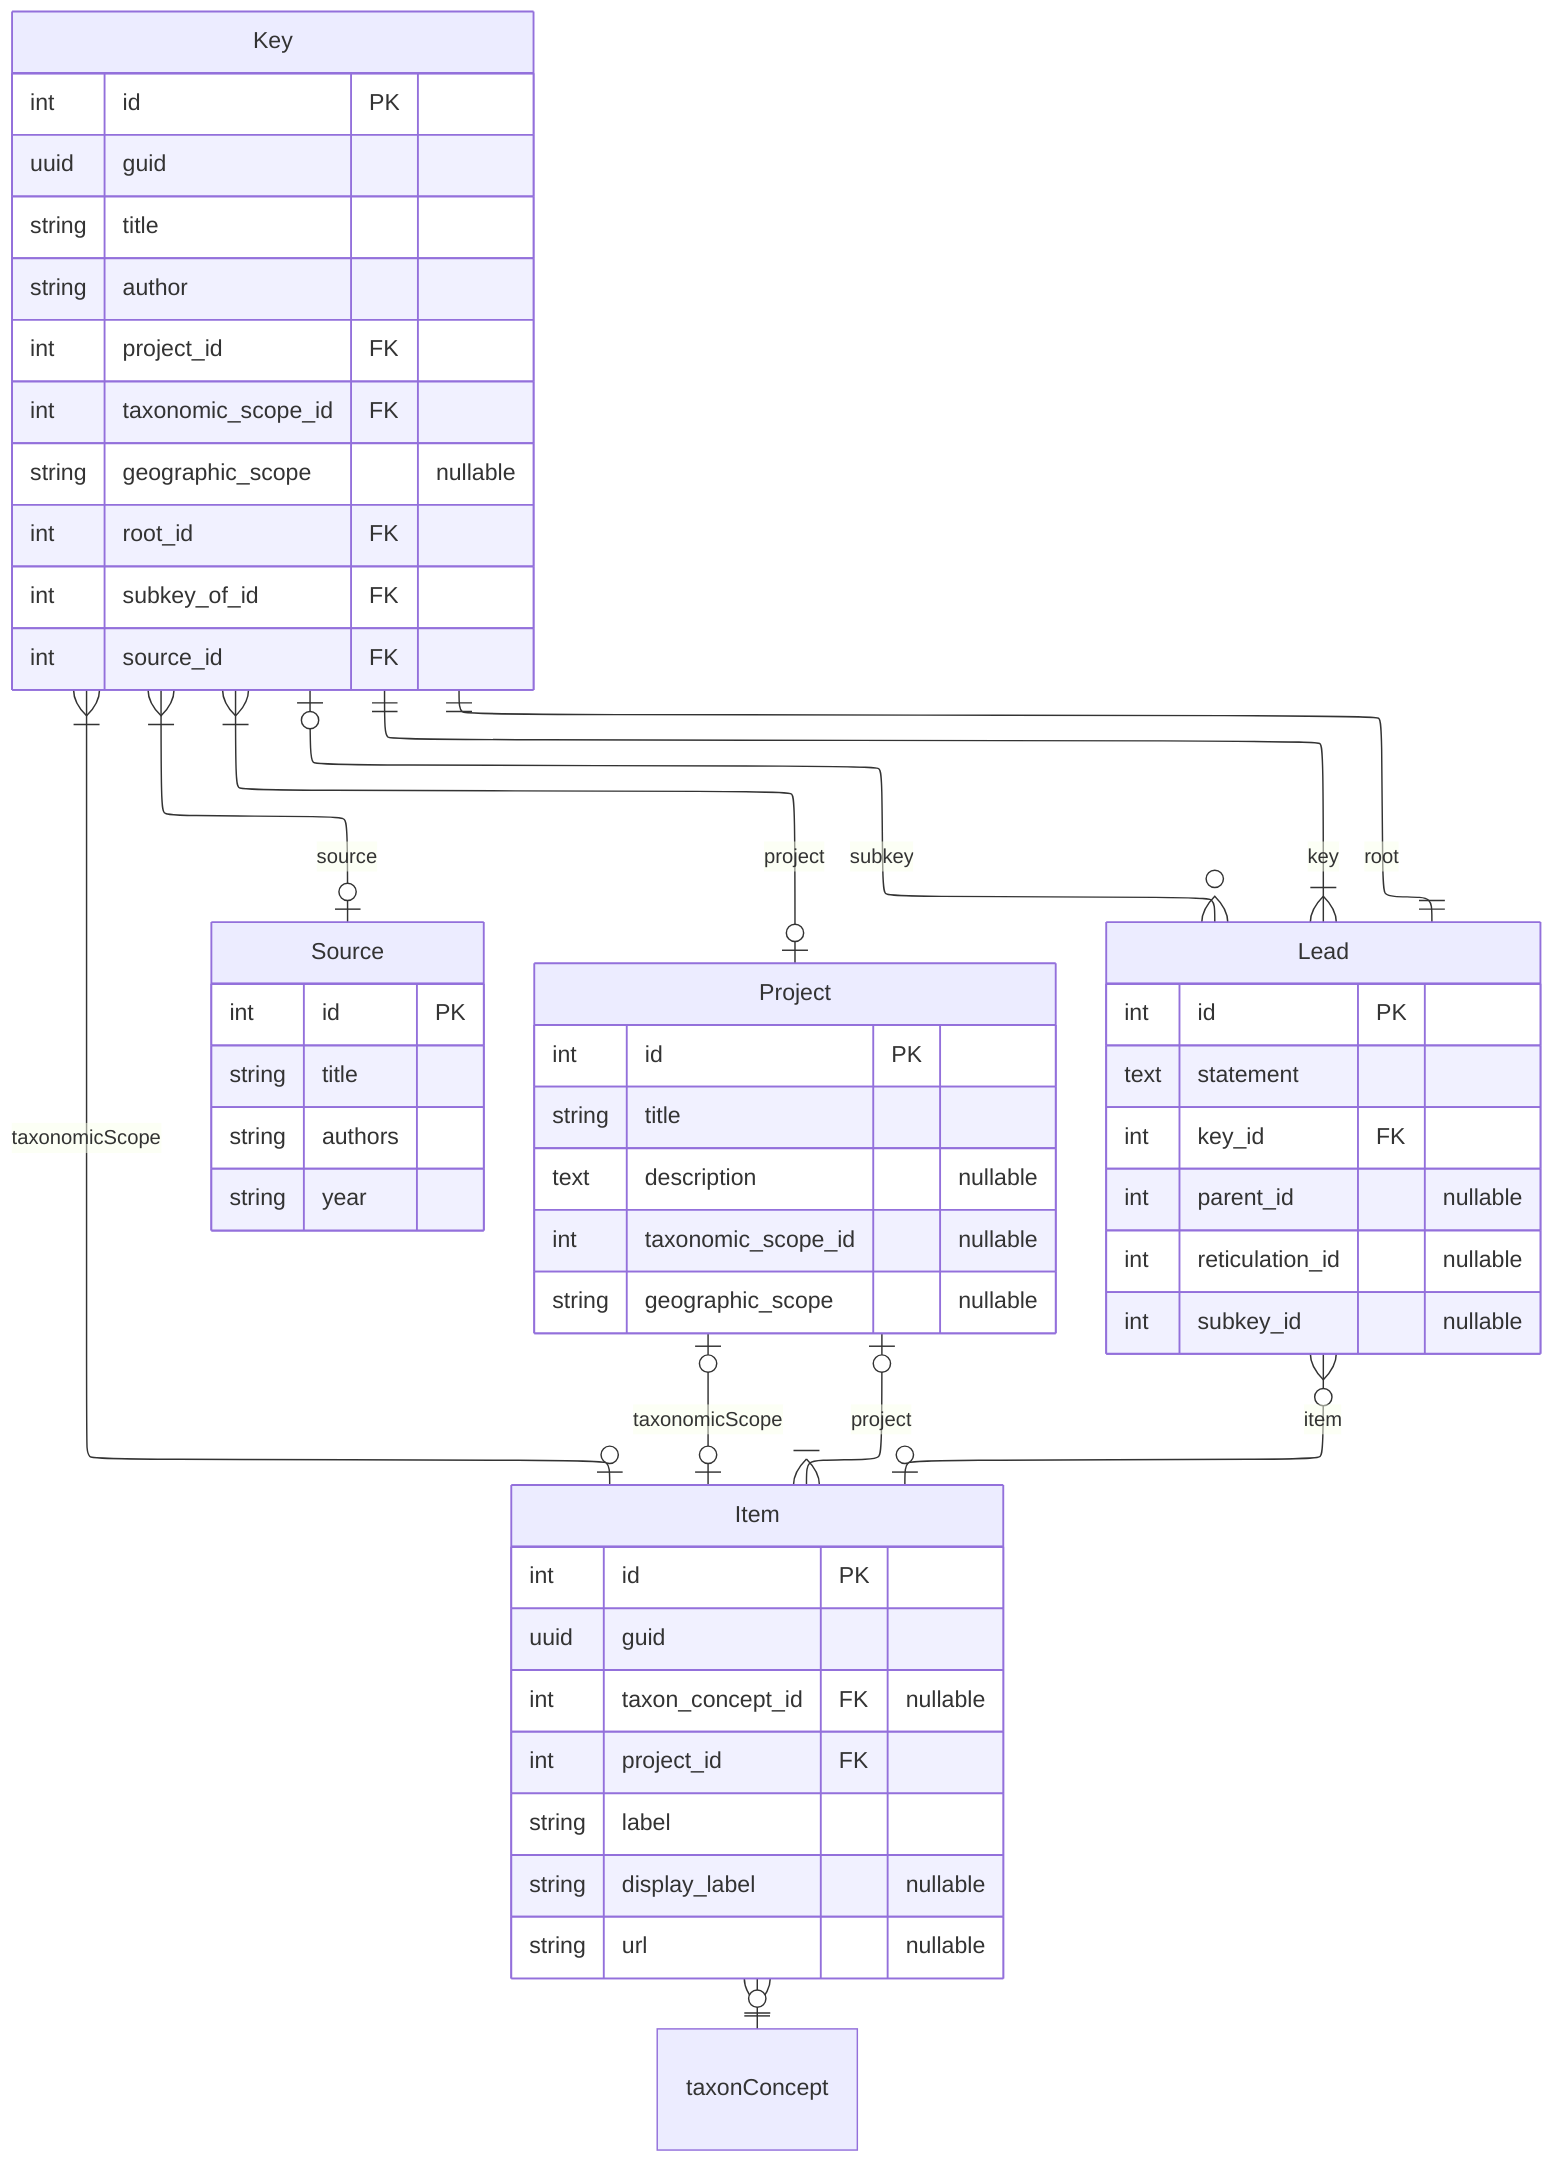
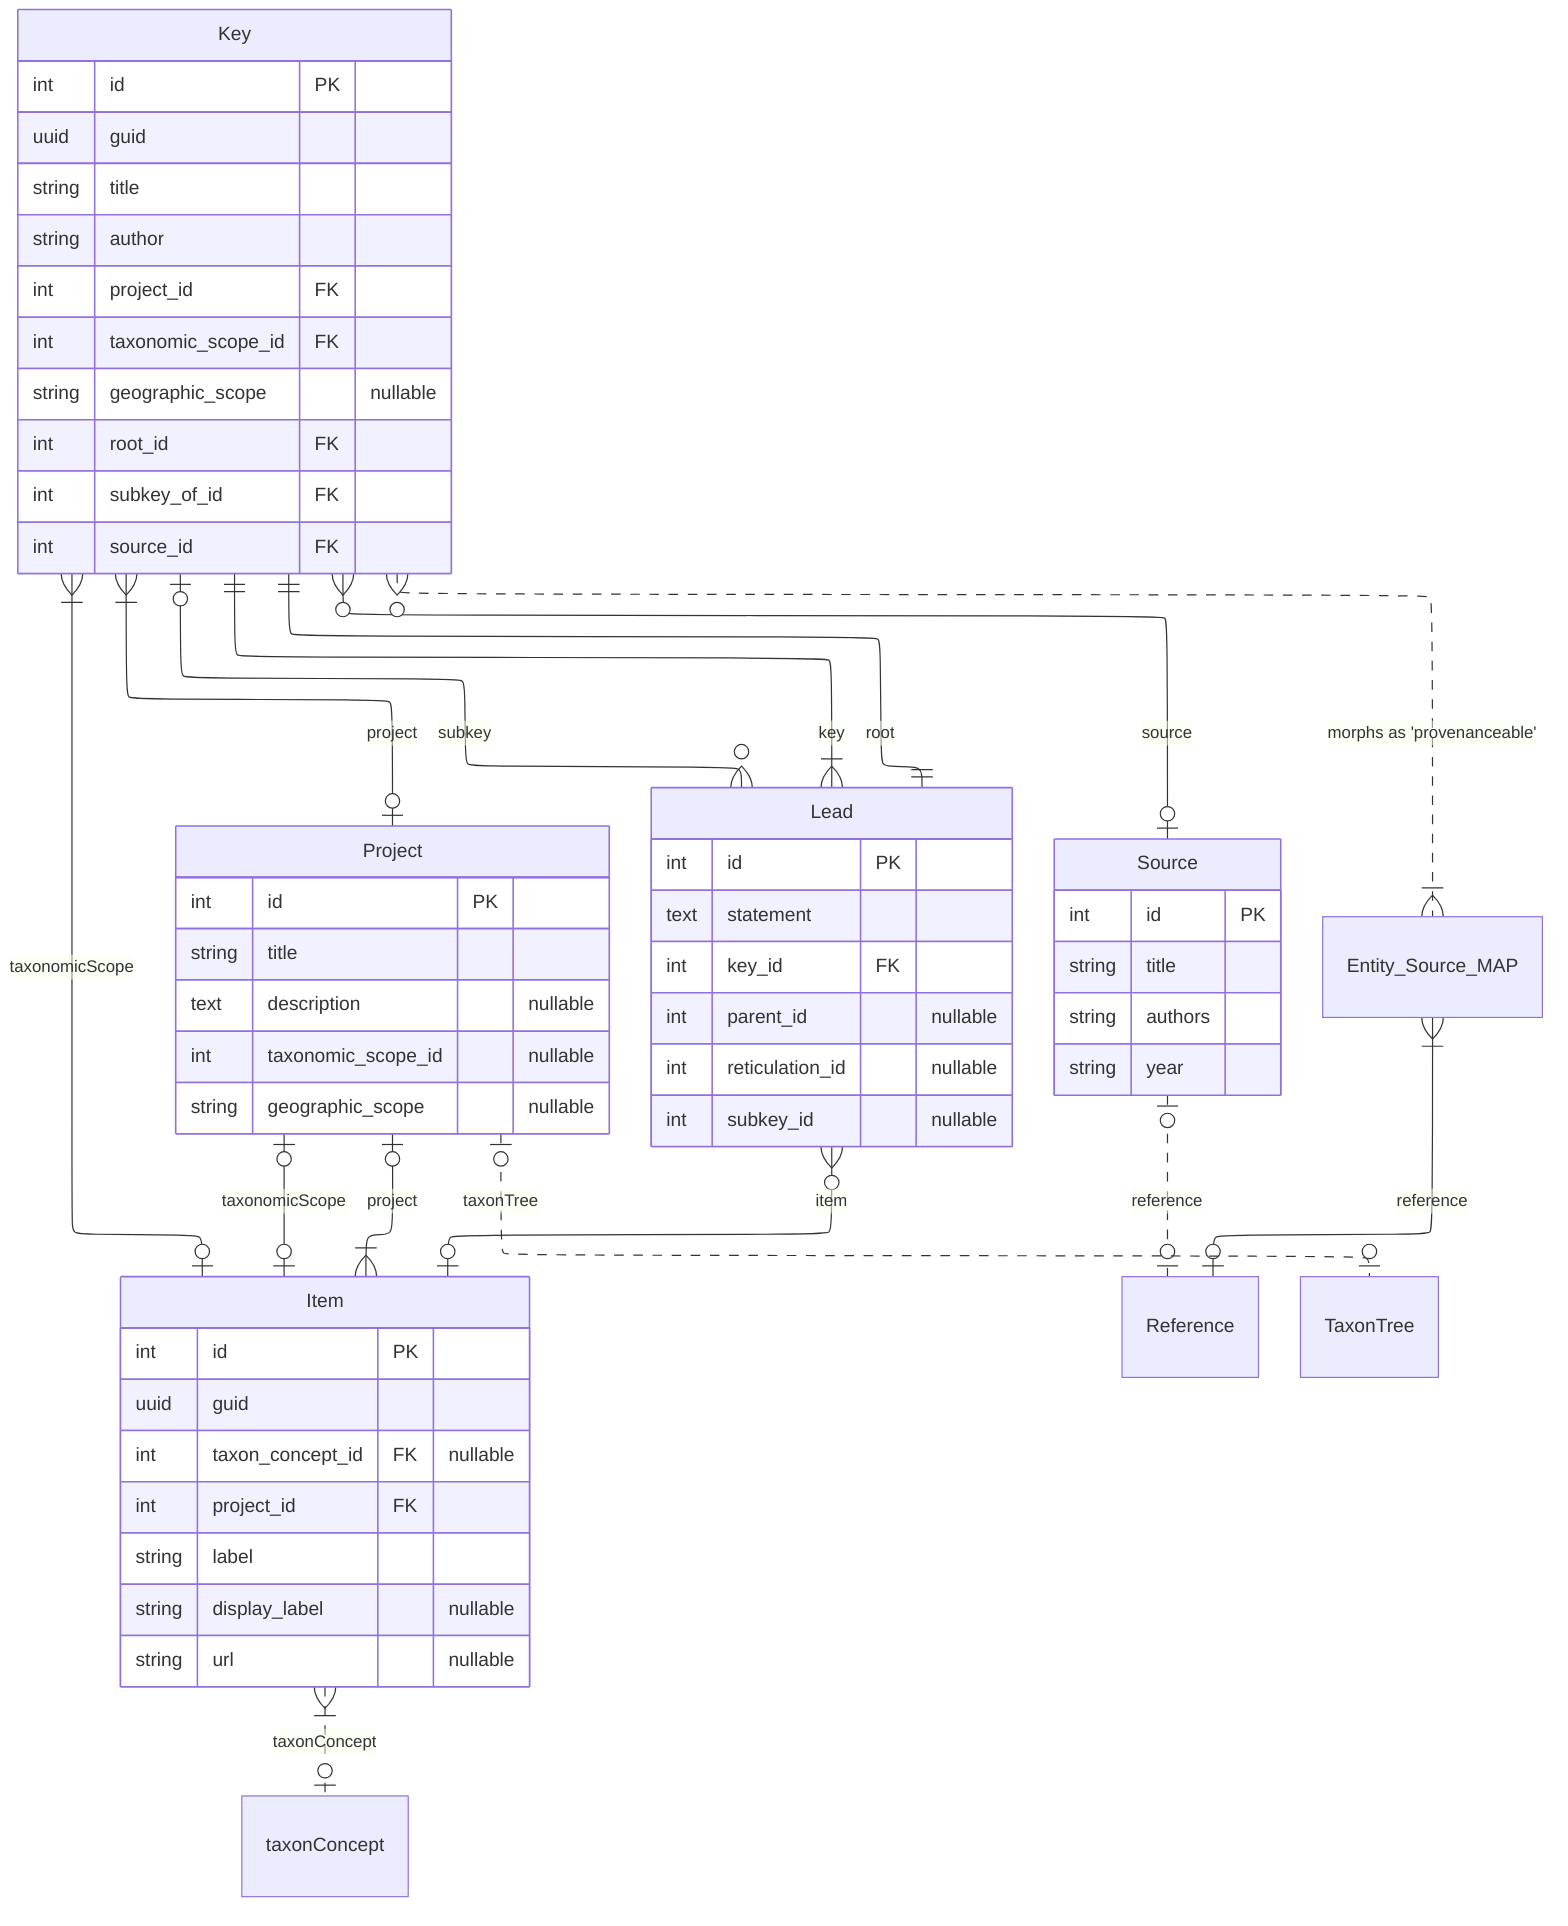
---
config:
  layout: elk
---
erDiagram
-   Key }|--o| Source : source
  Key }|--o| Project : project
  Key }|--o| Item : "taxonomicScope"
  Key ||--|| Lead : root
  Key ||--|{ Lead : key
  Lead }o--o| Key : subkey
  Lead }o--o| Item : item

  Project |o--|{ Item : project
  Project |o--o| Item : taxonomicScope

-   Item }|--o| taxonConcept : ""
+   Item }|..o| taxonConcept : "taxonConcept"
+ 
+   Key }o--o| Source : "source"
+   Source |o..o| Reference : "reference"
+   Key }o..|{ Entity_Source_MAP : "morphs as 'provenanceable'"
+   Entity_Source_MAP }|--o| Reference : "reference"
+ 
+   Project |o..o| TaxonTree : "taxonTree"
+ 

  Item {
    int id PK
    uuid guid
    int taxon_concept_id FK "nullable"
    int project_id FK
    string label
    string display_label "nullable"
    string url "nullable"
  }

  Key {
    int id PK
    uuid guid
    string title
    string author
    int project_id FK
    int taxonomic_scope_id FK
    string geographic_scope "nullable"
    int root_id FK
    int subkey_of_id FK
    int source_id FK
  }

  Lead {
    int id PK
    text statement
    int key_id FK
    int parent_id "nullable"
    int reticulation_id "nullable"
    int subkey_id "nullable"
  }

  Project {
    int id PK
    string title
    text description "nullable"
    int taxonomic_scope_id "nullable"
    string geographic_scope "nullable"
  }

  Source {
    int id PK
    string title
    string authors
    string year
  }